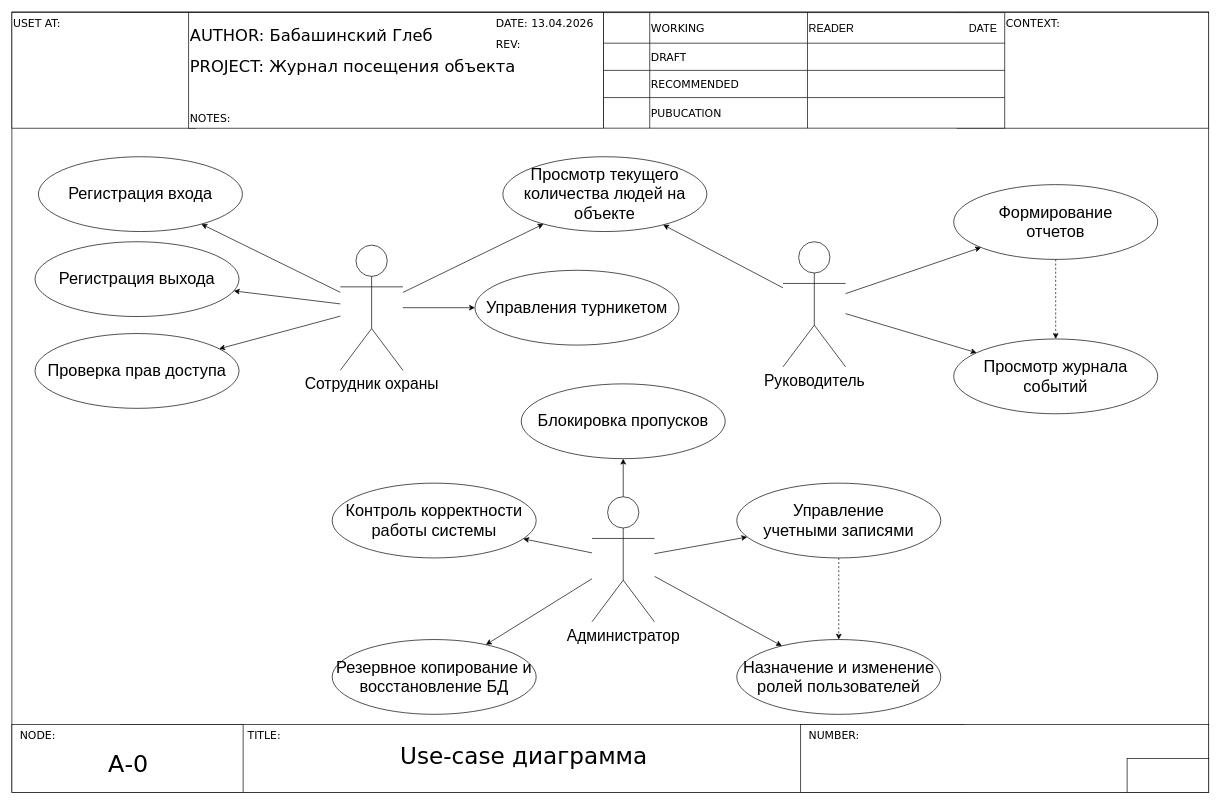
The draw.io diagram VI sem/PPO/lab04/use-case.drawio in Hesalz/BGTU, before the edit. Source tidied: cells renumbered, new cells numbered last; positions are measured from the earlier drawing's top-left corner, leaving out a move shared by most shapes. Both pictures are drawn from the tidied source at 68%, with x=0, y=0 at pixel (12, 12).
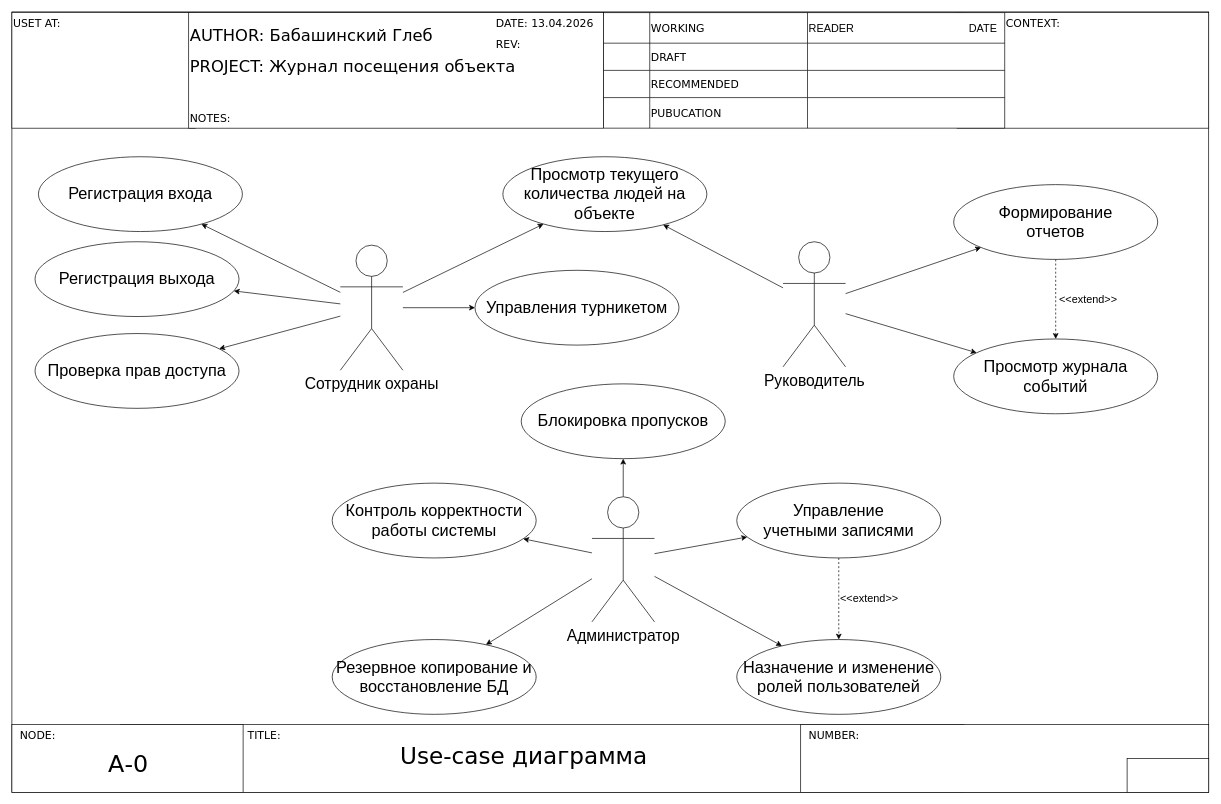
The same page after the edit.

Change to the diagram source:
```diff
@@
+    <mxCell id="76" value="&lt;font style=&quot;font-size: 16px;&quot;&gt;&amp;lt;&amp;lt;extend&amp;gt;&amp;gt;&lt;/font&gt;" style="text;html=1;whiteSpace=wrap;strokeColor=none;fillColor=none;align=center;verticalAlign=middle;rounded=0;rotation=0;" parent="1" vertex="1">
+      <mxGeometry x="1220" y="840" width="82" height="45" as="geometry" />
+    </mxCell>
+    <mxCell id="77" value="&lt;font style=&quot;font-size: 16px;&quot;&gt;&amp;lt;&amp;lt;extend&amp;gt;&amp;gt;&lt;/font&gt;" style="text;html=1;whiteSpace=wrap;strokeColor=none;fillColor=none;align=center;verticalAlign=middle;rounded=0;rotation=0;" parent="1" vertex="1">
+      <mxGeometry x="1534" y="402" width="98" height="41" as="geometry" />
+    </mxCell>
```
